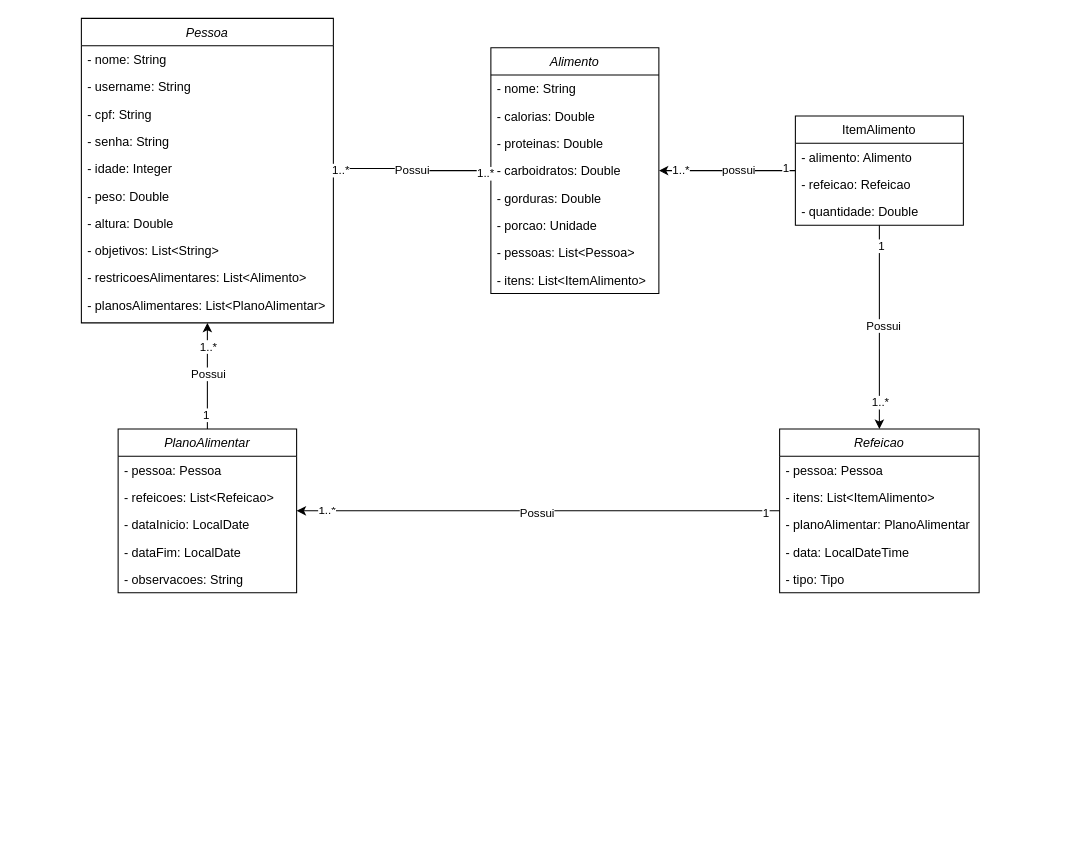
Earlier version of the draw.io diagram classe.drawio (EliasNote/nutri). Source tidied: cells renumbered, new cells numbered last; positions are measured from the earlier drawing's top-left corner, leaving out a move shared by most shapes. Both pictures are drawn from the tidied source at 105%, with x=0, y=0 at pixel (81, 18).
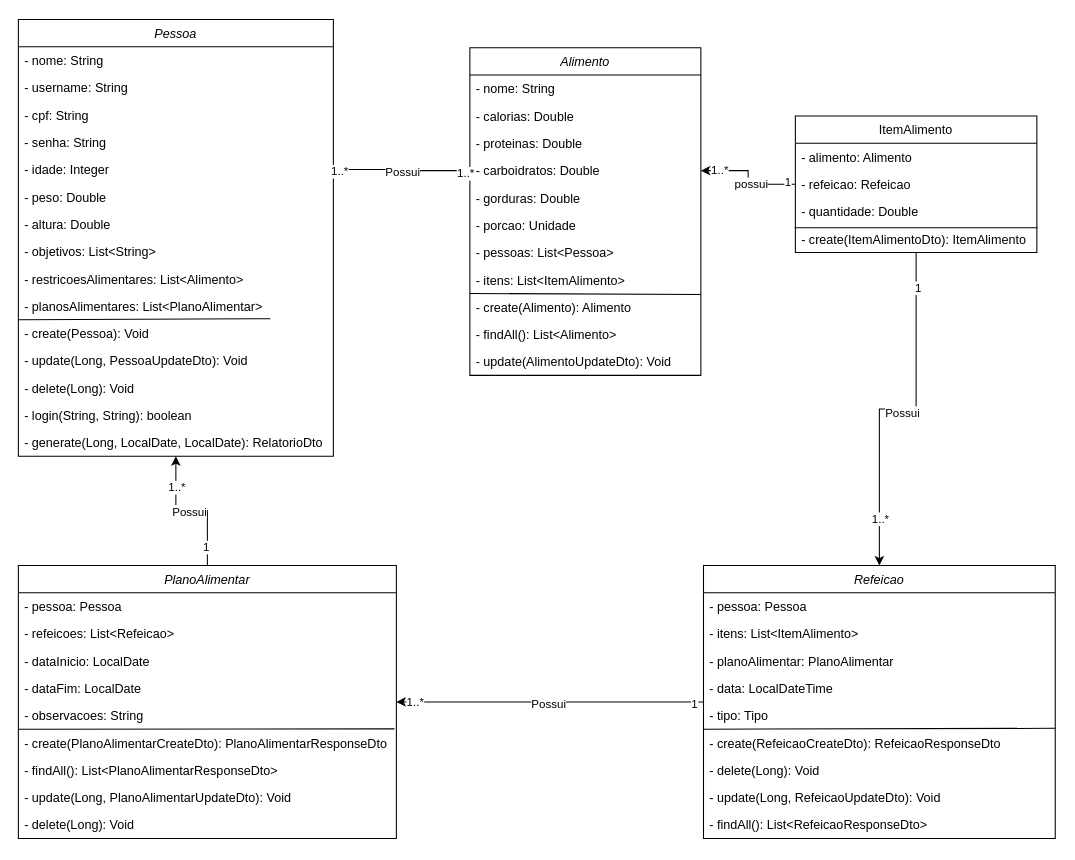
The same diagram, later.

What changed in the source:
```diff
@@
     <mxCell id="2" value="Alimento" style="swimlane;fontStyle=2;align=center;verticalAlign=top;horizontal=1;startSize=26;rounded=0;shadow=0;strokeWidth=1;" parent="1" vertex="1">
-      <mxGeometry x="390" y="28" width="160" height="234" as="geometry" />
+      <mxGeometry x="370" y="28" width="220" height="312" as="geometry" />
     </mxCell>
     <mxCell id="3" value="- nome: String" style="text;align=left;verticalAlign=top;spacingLeft=4;spacingRight=4;overflow=hidden;" parent="2" vertex="1">
-      <mxGeometry y="26" width="160" height="26" as="geometry" />
+      <mxGeometry y="26" width="220" height="26" as="geometry" />
     </mxCell>
     <mxCell id="4" value="- calorias: Double" style="text;align=left;verticalAlign=top;spacingLeft=4;spacingRight=4;overflow=hidden;rounded=0;shadow=0;html=0;" parent="2" vertex="1">
-      <mxGeometry y="52" width="160" height="26" as="geometry" />
+      <mxGeometry y="52" width="220" height="26" as="geometry" />
     </mxCell>
     <mxCell id="5" value="- proteinas: Double" style="text;align=left;verticalAlign=top;spacingLeft=4;spacingRight=4;overflow=hidden;rounded=0;shadow=0;html=0;" parent="2" vertex="1">
-      <mxGeometry y="78" width="160" height="26" as="geometry" />
+      <mxGeometry y="78" width="220" height="26" as="geometry" />
     </mxCell>
     <mxCell id="6" value="- carboidratos: Double" style="text;align=left;verticalAlign=top;spacingLeft=4;spacingRight=4;overflow=hidden;points=[[0,0.5],[1,0.5]];portConstraint=eastwest;rounded=0;shadow=0;html=0;" parent="2" vertex="1">
-      <mxGeometry y="104" width="160" height="26" as="geometry" />
+      <mxGeometry y="104" width="220" height="26" as="geometry" />
     </mxCell>
     <mxCell id="7" value="- gorduras: Double" style="text;align=left;verticalAlign=top;spacingLeft=4;spacingRight=4;overflow=hidden;rounded=0;shadow=0;html=0;" parent="2" vertex="1">
-      <mxGeometry y="130" width="160" height="26" as="geometry" />
+      <mxGeometry y="130" width="220" height="26" as="geometry" />
     </mxCell>
     <mxCell id="8" value="- porcao: Unidade" style="text;align=left;verticalAlign=top;spacingLeft=4;spacingRight=4;overflow=hidden;rounded=0;shadow=0;html=0;" parent="2" vertex="1">
-      <mxGeometry y="156" width="160" height="26" as="geometry" />
+      <mxGeometry y="156" width="220" height="26" as="geometry" />
     </mxCell>
     <mxCell id="9" value="- pessoas: List&lt;Pessoa&gt;" style="text;align=left;verticalAlign=top;spacingLeft=4;spacingRight=4;overflow=hidden;rounded=0;shadow=0;html=0;" parent="2" vertex="1">
-      <mxGeometry y="182" width="160" height="26" as="geometry" />
+      <mxGeometry y="182" width="220" height="26" as="geometry" />
     </mxCell>
     <mxCell id="10" value="- itens: List&lt;ItemAlimento&gt;" style="text;align=left;verticalAlign=top;spacingLeft=4;spacingRight=4;overflow=hidden;points=[[0,0.5],[1,0.5]];portConstraint=eastwest;rounded=0;shadow=0;html=0;" parent="2" vertex="1">
-      <mxGeometry y="208" width="160" height="26" as="geometry" />
+      <mxGeometry y="208" width="220" height="26" as="geometry" />
     </mxCell>
+    <mxCell id="58" style="endArrow=none;html=1;rounded=0;entryX=1;entryY=1.037;entryDx=0;entryDy=0;entryPerimeter=0;" parent="2" edge="1" target="10">
+      <mxGeometry relative="1" as="geometry">
+        <mxPoint y="234" as="sourcePoint" />
+      </mxGeometry>
+    </mxCell>
+    <mxCell id="59" value="- create(Alimento): Alimento" style="text;align=left;verticalAlign=top;spacingLeft=4;spacingRight=4;overflow=hidden;rounded=0;shadow=0;html=0;" parent="2" vertex="1">
+      <mxGeometry y="234" width="220" height="26" as="geometry" />
+    </mxCell>
+    <mxCell id="60" value="- findAll(): List&lt;Alimento&gt;" style="text;align=left;verticalAlign=top;spacingLeft=4;spacingRight=4;overflow=hidden;rounded=0;shadow=0;html=0;" parent="2" vertex="1">
+      <mxGeometry y="260" width="220" height="26" as="geometry" />
+    </mxCell>
+    <mxCell id="61" value="- update(AlimentoUpdateDto): Void" style="text;align=left;verticalAlign=top;spacingLeft=4;spacingRight=4;overflow=hidden;rounded=0;shadow=0;html=0;" parent="2" vertex="1">
+      <mxGeometry y="286" width="220" height="26" as="geometry" />
+    </mxCell>
@@
     <mxCell id="19" value="ItemAlimento" style="swimlane;fontStyle=0;align=center;verticalAlign=top;horizontal=1;startSize=26;rounded=0;shadow=0;strokeWidth=1;" parent="1" vertex="1">
-      <mxGeometry x="680" y="93" width="160" height="104" as="geometry" />
+      <mxGeometry x="680" y="93" width="230" height="130" as="geometry" />
     </mxCell>
     <mxCell id="20" value="- alimento: Alimento" style="text;align=left;verticalAlign=top;spacingLeft=4;spacingRight=4;overflow=hidden;" parent="19" vertex="1">
-      <mxGeometry y="26" width="160" height="26" as="geometry" />
+      <mxGeometry y="26" width="230" height="26" as="geometry" />
     </mxCell>
     <mxCell id="21" value="- refeicao: Refeicao" style="text;align=left;verticalAlign=top;spacingLeft=4;spacingRight=4;overflow=hidden;rounded=0;shadow=0;html=0;" parent="19" vertex="1">
-      <mxGeometry y="52" width="160" height="26" as="geometry" />
+      <mxGeometry y="52" width="230" height="26" as="geometry" />
     </mxCell>
     <mxCell id="22" value="- quantidade: Double" style="text;align=left;verticalAlign=top;spacingLeft=4;spacingRight=4;overflow=hidden;points=[[0,0.5],[1,0.5]];portConstraint=eastwest;rounded=0;shadow=0;html=0;" parent="19" vertex="1">
-      <mxGeometry y="78" width="160" height="26" as="geometry" />
+      <mxGeometry y="78" width="230" height="26" as="geometry" />
     </mxCell>
+    <mxCell id="62" style="endArrow=none;html=1;rounded=0;entryX=1.002;entryY=1.09;entryDx=0;entryDy=0;entryPerimeter=0;exitX=-0.003;exitY=1.09;exitDx=0;exitDy=0;exitPerimeter=0;" parent="19" edge="1" source="22" target="22">
+      <mxGeometry relative="1" as="geometry" />
+    </mxCell>
+    <mxCell id="63" value="- create(ItemAlimentoDto): ItemAlimento" style="text;align=left;verticalAlign=top;spacingLeft=4;spacingRight=4;overflow=hidden;rounded=0;shadow=0;html=0;" parent="19" vertex="1">
+      <mxGeometry y="104" width="230" height="26" as="geometry" />
+    </mxCell>
     <mxCell id="23" value="Pessoa" style="swimlane;fontStyle=2;align=center;verticalAlign=top;horizontal=1;startSize=26;rounded=0;shadow=0;strokeWidth=1;" parent="1" vertex="1">
-      <mxGeometry width="240" height="290" as="geometry" />
+      <mxGeometry x="-60" y="1" width="300" height="416" as="geometry" />
     </mxCell>
     <mxCell id="24" value="- nome: String" style="text;align=left;verticalAlign=top;spacingLeft=4;spacingRight=4;overflow=hidden;" parent="23" vertex="1">
-      <mxGeometry y="26" width="240" height="26" as="geometry" />
+      <mxGeometry y="26" width="300" height="26" as="geometry" />
     </mxCell>
     <mxCell id="25" value="- username: String" style="text;align=left;verticalAlign=top;spacingLeft=4;spacingRight=4;overflow=hidden;rounded=0;shadow=0;html=0;" parent="23" vertex="1">
-      <mxGeometry y="52" width="240" height="26" as="geometry" />
+      <mxGeometry y="52" width="300" height="26" as="geometry" />
     </mxCell>
     <mxCell id="26" value="- cpf: String" style="text;align=left;verticalAlign=top;spacingLeft=4;spacingRight=4;overflow=hidden;rounded=0;shadow=0;html=0;" parent="23" vertex="1">
-      <mxGeometry y="78" width="240" height="26" as="geometry" />
+      <mxGeometry y="78" width="300" height="26" as="geometry" />
     </mxCell>
     <mxCell id="27" value="- senha: String" style="text;align=left;verticalAlign=top;spacingLeft=4;spacingRight=4;overflow=hidden;rounded=0;shadow=0;html=0;" parent="23" vertex="1">
-      <mxGeometry y="104" width="240" height="26" as="geometry" />
+      <mxGeometry y="104" width="300" height="26" as="geometry" />
     </mxCell>
     <mxCell id="28" value="- idade: Integer" style="text;align=left;verticalAlign=top;spacingLeft=4;spacingRight=4;overflow=hidden;points=[[0,0.5],[1,0.5]];portConstraint=eastwest;rounded=0;shadow=0;html=0;" parent="23" vertex="1">
-      <mxGeometry y="130" width="240" height="26" as="geometry" />
+      <mxGeometry y="130" width="300" height="26" as="geometry" />
     </mxCell>
     <mxCell id="29" value="- peso: Double" style="text;align=left;verticalAlign=top;spacingLeft=4;spacingRight=4;overflow=hidden;rounded=0;shadow=0;html=0;" parent="23" vertex="1">
-      <mxGeometry y="156" width="240" height="26" as="geometry" />
+      <mxGeometry y="156" width="300" height="26" as="geometry" />
     </mxCell>
     <mxCell id="30" value="- altura: Double" style="text;align=left;verticalAlign=top;spacingLeft=4;spacingRight=4;overflow=hidden;rounded=0;shadow=0;html=0;" parent="23" vertex="1">
-      <mxGeometry y="182" width="240" height="26" as="geometry" />
+      <mxGeometry y="182" width="300" height="26" as="geometry" />
     </mxCell>
     <mxCell id="31" value="- objetivos: List&lt;String&gt;" style="text;align=left;verticalAlign=top;spacingLeft=4;spacingRight=4;overflow=hidden;rounded=0;shadow=0;html=0;" parent="23" vertex="1">
-      <mxGeometry y="208" width="240" height="26" as="geometry" />
+      <mxGeometry y="208" width="300" height="26" as="geometry" />
     </mxCell>
     <mxCell id="32" value="- restricoesAlimentares: List&lt;Alimento&gt;" style="text;align=left;verticalAlign=top;spacingLeft=4;spacingRight=4;overflow=hidden;rounded=0;shadow=0;html=0;" parent="23" vertex="1">
-      <mxGeometry y="234" width="240" height="26" as="geometry" />
+      <mxGeometry y="234" width="300" height="26" as="geometry" />
     </mxCell>
     <mxCell id="33" value="- planosAlimentares: List&lt;PlanoAlimentar&gt;" style="text;align=left;verticalAlign=top;spacingLeft=4;spacingRight=4;overflow=hidden;rounded=0;shadow=0;html=0;" parent="23" vertex="1">
-      <mxGeometry y="260" width="240" height="26" as="geometry" />
+      <mxGeometry y="260" width="300" height="26" as="geometry" />
     </mxCell>
+    <mxCell id="64" style="endArrow=none;html=1;rounded=0;" parent="23" edge="1">
+      <mxGeometry relative="1" as="geometry">
+        <mxPoint y="286" as="sourcePoint" />
+        <mxPoint x="240" y="285" as="targetPoint" />
+      </mxGeometry>
+    </mxCell>
+    <mxCell id="65" value="- create(Pessoa): Void" style="text;align=left;verticalAlign=top;spacingLeft=4;spacingRight=4;overflow=hidden;rounded=0;shadow=0;html=0;" parent="23" vertex="1">
+      <mxGeometry y="286" width="300" height="26" as="geometry" />
+    </mxCell>
+    <mxCell id="66" value="- update(Long, PessoaUpdateDto): Void" style="text;align=left;verticalAlign=top;spacingLeft=4;spacingRight=4;overflow=hidden;rounded=0;shadow=0;html=0;" parent="23" vertex="1">
+      <mxGeometry y="312" width="300" height="26" as="geometry" />
+    </mxCell>
+    <mxCell id="67" value="- delete(Long): Void" style="text;align=left;verticalAlign=top;spacingLeft=4;spacingRight=4;overflow=hidden;rounded=0;shadow=0;html=0;" parent="23" vertex="1">
+      <mxGeometry y="338" width="300" height="26" as="geometry" />
+    </mxCell>
+    <mxCell id="68" value="- login(String, String): boolean" style="text;align=left;verticalAlign=top;spacingLeft=4;spacingRight=4;overflow=hidden;rounded=0;shadow=0;html=0;" parent="23" vertex="1">
+      <mxGeometry y="364" width="300" height="26" as="geometry" />
+    </mxCell>
+    <mxCell id="69" value="- generate(Long, LocalDate, LocalDate): RelatorioDto" style="text;align=left;verticalAlign=top;spacingLeft=4;spacingRight=4;overflow=hidden;rounded=0;shadow=0;html=0;" parent="23" vertex="1">
+      <mxGeometry y="390" width="300" height="26" as="geometry" />
+    </mxCell>
@@
     <mxCell id="38" value="PlanoAlimentar" style="swimlane;fontStyle=2;align=center;verticalAlign=top;horizontal=1;startSize=26;rounded=0;shadow=0;strokeWidth=1;" parent="1" vertex="1">
-      <mxGeometry x="35" y="391" width="170" height="156" as="geometry" />
+      <mxGeometry x="-60" y="521" width="360" height="260" as="geometry" />
     </mxCell>
     <mxCell id="39" value="- pessoa: Pessoa" style="text;align=left;verticalAlign=top;spacingLeft=4;spacingRight=4;overflow=hidden;" parent="38" vertex="1">
-      <mxGeometry y="26" width="170" height="26" as="geometry" />
+      <mxGeometry y="26" width="360" height="26" as="geometry" />
     </mxCell>
     <mxCell id="40" value="- refeicoes: List&lt;Refeicao&gt;" style="text;align=left;verticalAlign=top;spacingLeft=4;spacingRight=4;overflow=hidden;rounded=0;shadow=0;html=0;" parent="38" vertex="1">
-      <mxGeometry y="52" width="170" height="26" as="geometry" />
+      <mxGeometry y="52" width="360" height="26" as="geometry" />
     </mxCell>
     <mxCell id="41" value="- dataInicio: LocalDate" style="text;align=left;verticalAlign=top;spacingLeft=4;spacingRight=4;overflow=hidden;rounded=0;shadow=0;html=0;" parent="38" vertex="1">
-      <mxGeometry y="78" width="170" height="26" as="geometry" />
+      <mxGeometry y="78" width="360" height="26" as="geometry" />
     </mxCell>
     <mxCell id="42" value="- dataFim: LocalDate" style="text;align=left;verticalAlign=top;spacingLeft=4;spacingRight=4;overflow=hidden;rounded=0;shadow=0;html=0;" parent="38" vertex="1">
-      <mxGeometry y="104" width="170" height="26" as="geometry" />
+      <mxGeometry y="104" width="360" height="26" as="geometry" />
     </mxCell>
     <mxCell id="43" value="- observacoes: String" style="text;align=left;verticalAlign=top;spacingLeft=4;spacingRight=4;overflow=hidden;points=[[0,0.5],[1,0.5]];portConstraint=eastwest;rounded=0;shadow=0;html=0;" parent="38" vertex="1">
-      <mxGeometry y="130" width="170" height="26" as="geometry" />
+      <mxGeometry y="130" width="360" height="26" as="geometry" />
     </mxCell>
+    <mxCell id="70" style="endArrow=none;html=1;rounded=0;entryX=0.995;entryY=0.987;entryDx=0;entryDy=0;entryPerimeter=0;" parent="38" edge="1" target="43">
+      <mxGeometry relative="1" as="geometry">
+        <mxPoint y="156" as="sourcePoint" />
+      </mxGeometry>
+    </mxCell>
+    <mxCell id="71" value="- create(PlanoAlimentarCreateDto): PlanoAlimentarResponseDto" style="text;align=left;verticalAlign=top;spacingLeft=4;spacingRight=4;overflow=hidden;rounded=0;shadow=0;html=0;" parent="38" vertex="1">
+      <mxGeometry y="156" width="360" height="26" as="geometry" />
+    </mxCell>
+    <mxCell id="72" value="- findAll(): List&lt;PlanoAlimentarResponseDto&gt;" style="text;align=left;verticalAlign=top;spacingLeft=4;spacingRight=4;overflow=hidden;rounded=0;shadow=0;html=0;" parent="38" vertex="1">
+      <mxGeometry y="182" width="360" height="26" as="geometry" />
+    </mxCell>
+    <mxCell id="73" value="- update(Long, PlanoAlimentarUpdateDto): Void" style="text;align=left;verticalAlign=top;spacingLeft=4;spacingRight=4;overflow=hidden;rounded=0;shadow=0;html=0;" parent="38" vertex="1">
+      <mxGeometry y="208" width="360" height="26" as="geometry" />
+    </mxCell>
+    <mxCell id="74" value="- delete(Long): Void" style="text;align=left;verticalAlign=top;spacingLeft=4;spacingRight=4;overflow=hidden;rounded=0;shadow=0;html=0;" parent="38" vertex="1">
+      <mxGeometry y="234" width="360" height="26" as="geometry" />
+    </mxCell>
@@
     <mxCell id="48" value="Refeicao" style="swimlane;fontStyle=2;align=center;verticalAlign=top;horizontal=1;startSize=26;rounded=0;shadow=0;strokeWidth=1;" parent="1" vertex="1">
-      <mxGeometry x="665" y="391" width="190" height="156" as="geometry" />
+      <mxGeometry x="592.5" y="521" width="335" height="260" as="geometry" />
     </mxCell>
     <mxCell id="49" value="- pessoa: Pessoa" style="text;align=left;verticalAlign=top;spacingLeft=4;spacingRight=4;overflow=hidden;" parent="48" vertex="1">
-      <mxGeometry y="26" width="190" height="26" as="geometry" />
+      <mxGeometry y="26" width="335" height="26" as="geometry" />
     </mxCell>
     <mxCell id="50" value="- itens: List&lt;ItemAlimento&gt;" style="text;align=left;verticalAlign=top;spacingLeft=4;spacingRight=4;overflow=hidden;rounded=0;shadow=0;html=0;" parent="48" vertex="1">
-      <mxGeometry y="52" width="190" height="26" as="geometry" />
+      <mxGeometry y="52" width="335" height="26" as="geometry" />
     </mxCell>
     <mxCell id="51" value="- planoAlimentar: PlanoAlimentar" style="text;align=left;verticalAlign=top;spacingLeft=4;spacingRight=4;overflow=hidden;rounded=0;shadow=0;html=0;" parent="48" vertex="1">
-      <mxGeometry y="78" width="190" height="26" as="geometry" />
+      <mxGeometry y="78" width="335" height="26" as="geometry" />
     </mxCell>
     <mxCell id="52" value="- data: LocalDateTime" style="text;align=left;verticalAlign=top;spacingLeft=4;spacingRight=4;overflow=hidden;rounded=0;shadow=0;html=0;" parent="48" vertex="1">
-      <mxGeometry y="104" width="190" height="26" as="geometry" />
+      <mxGeometry y="104" width="335" height="26" as="geometry" />
     </mxCell>
     <mxCell id="53" value="- tipo: Tipo" style="text;align=left;verticalAlign=top;spacingLeft=4;spacingRight=4;overflow=hidden;points=[[0,0.5],[1,0.5]];portConstraint=eastwest;rounded=0;shadow=0;html=0;" parent="48" vertex="1">
-      <mxGeometry y="130" width="190" height="26" as="geometry" />
+      <mxGeometry y="130" width="335" height="26" as="geometry" />
     </mxCell>
+    <mxCell id="75" style="endArrow=none;html=1;rounded=0;entryX=1;entryY=0.966;entryDx=0;entryDy=0;entryPerimeter=0;" parent="48" edge="1" target="53">
+      <mxGeometry relative="1" as="geometry">
+        <mxPoint y="156" as="sourcePoint" />
+      </mxGeometry>
+    </mxCell>
+    <mxCell id="76" value="- create(RefeicaoCreateDto): RefeicaoResponseDto" style="text;align=left;verticalAlign=top;spacingLeft=4;spacingRight=4;overflow=hidden;rounded=0;shadow=0;html=0;" parent="48" vertex="1">
+      <mxGeometry y="156" width="335" height="26" as="geometry" />
+    </mxCell>
+    <mxCell id="77" value="- delete(Long): Void" style="text;align=left;verticalAlign=top;spacingLeft=4;spacingRight=4;overflow=hidden;rounded=0;shadow=0;html=0;" parent="48" vertex="1">
+      <mxGeometry y="182" width="335" height="26" as="geometry" />
+    </mxCell>
+    <mxCell id="78" value="- update(Long, RefeicaoUpdateDto): Void" style="text;align=left;verticalAlign=top;spacingLeft=4;spacingRight=4;overflow=hidden;rounded=0;shadow=0;html=0;" parent="48" vertex="1">
+      <mxGeometry y="208" width="335" height="26" as="geometry" />
+    </mxCell>
+    <mxCell id="79" value="- findAll(): List&lt;RefeicaoResponseDto&gt;" style="text;align=left;verticalAlign=top;spacingLeft=4;spacingRight=4;overflow=hidden;rounded=0;shadow=0;html=0;" parent="48" vertex="1">
+      <mxGeometry y="234" width="335" height="26" as="geometry" />
+    </mxCell>
```
